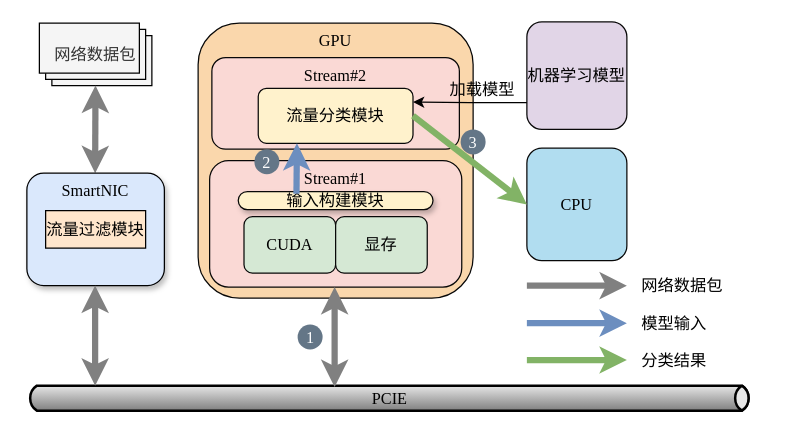
Earlier version of the draw.io diagram page "0拷贝" (30 of 39) of Bakery.drawio (CHRIS123540/CHRIS123540). Source tidied: cells renumbered, new cells numbered last; positions are measured from the earlier drawing's top-left corner, leaving out a move shared by most shapes. Both pictures are drawn from the tidied source at 125%, with x=0, y=0 at pixel (26, 21).
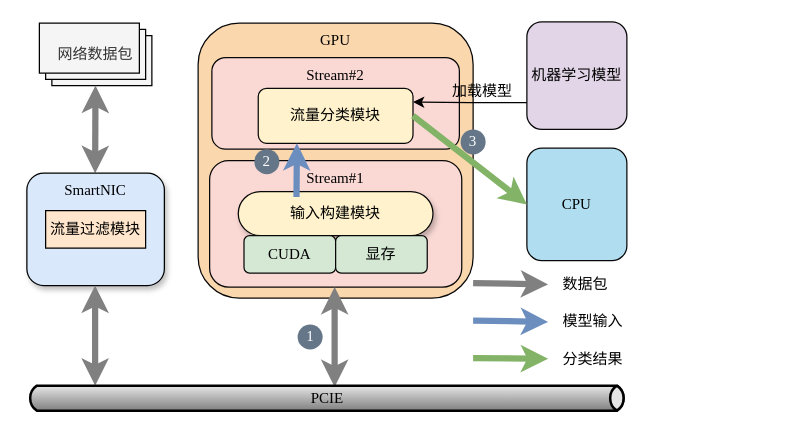
The same page after the edit.

What changed in the source:
```diff
@@
-    <mxCell id="2" style="group;fontFamily=Times New Roman;fontStyle=0;fontSize=13;" parent="1" vertex="1">
-      <mxGeometry width="610" height="311" as="geometry" />
-    </mxCell>
-    <mxCell id="3" value="网络数据包" style="verticalLabelPosition=middle;verticalAlign=middle;html=1;shape=mxgraph.basic.layered_rect;dx=10;outlineConnect=0;whiteSpace=wrap;horizontal=1;fontStyle=0;labelPosition=center;align=center;fontFamily=Times New Roman;fillColor=#f5f5f5;fontColor=#333333;strokeColor=#000000;fontSize=13;" parent="2" vertex="1">
+    <mxCell id="3" value="网络数据包" style="verticalLabelPosition=middle;verticalAlign=middle;html=1;shape=mxgraph.basic.layered_rect;dx=10;outlineConnect=0;whiteSpace=wrap;horizontal=1;fontStyle=0;labelPosition=center;align=center;fontFamily=Times New Roman;fillColor=#f5f5f5;fontColor=#333333;strokeColor=#000000;fontSize=12;" parent="1" vertex="1">
       <mxGeometry x="10" y="1" width="90" height="50" as="geometry" />
     </mxCell>
-    <mxCell id="4" value="&lt;font&gt;PCIE&lt;/font&gt;" style="strokeWidth=2;strokeColor=#000000;dashed=0;align=center;html=1;fontSize=13;shape=mxgraph.eip.messageChannel;fontStyle=0;fontFamily=Times New Roman;" parent="2" vertex="1">
-      <mxGeometry y="291" width="580" height="20" as="geometry" />
-    </mxCell>
-    <mxCell id="5" value="机器学习模型" style="rounded=1;whiteSpace=wrap;html=1;fillColor=#e1d5e7;strokeColor=#080808;fontSize=13;fontStyle=0;fontFamily=Times New Roman;" parent="2" vertex="1">
+    <mxCell id="5" value="机器学习模型" style="rounded=1;whiteSpace=wrap;html=1;fillColor=#e1d5e7;strokeColor=#080808;fontSize=12;fontStyle=0;fontFamily=Times New Roman;" parent="1" vertex="1">
       <mxGeometry x="400" width="80" height="86" as="geometry" />
     </mxCell>
-    <mxCell id="6" value="网络数据包" style="text;whiteSpace=wrap;verticalAlign=middle;fontSize=13;fontStyle=0;fontFamily=Times New Roman;" parent="2" vertex="1">
-      <mxGeometry x="490" y="201" width="120" height="20" as="geometry" />
+    <mxCell id="6" value="数据包" style="text;whiteSpace=wrap;verticalAlign=middle;fontSize=12;fontStyle=0;fontFamily=Times New Roman;" parent="1" vertex="1">
+      <mxGeometry x="427" y="200" width="46.5" height="20" as="geometry" />
     </mxCell>
-    <mxCell id="7" value="模型输入" style="text;whiteSpace=wrap;verticalAlign=middle;fontSize=13;fontStyle=0;fontFamily=Times New Roman;" parent="2" vertex="1">
-      <mxGeometry x="490" y="231" width="120" height="20" as="geometry" />
+    <mxCell id="7" value="模型输入" style="text;whiteSpace=wrap;verticalAlign=middle;fontSize=12;fontStyle=0;fontFamily=Times New Roman;" parent="1" vertex="1">
+      <mxGeometry x="427" y="230" width="56.5" height="20" as="geometry" />
     </mxCell>
-    <mxCell id="8" value="分类结果" style="text;whiteSpace=wrap;verticalAlign=middle;fontSize=13;fontStyle=0;fontFamily=Times New Roman;" parent="2" vertex="1">
-      <mxGeometry x="490" y="261" width="120" height="20" as="geometry" />
+    <mxCell id="8" value="分类结果" style="text;whiteSpace=wrap;verticalAlign=middle;fontSize=12;fontStyle=0;fontFamily=Times New Roman;" parent="1" vertex="1">
+      <mxGeometry x="427" y="260" width="60" height="20" as="geometry" />
     </mxCell>
-    <mxCell id="9" style="endArrow=classic;html=1;rounded=0;endFill=1;endSize=6;fillColor=#dae8fc;strokeColor=#6c8ebf;strokeWidth=5;fontSize=13;fontStyle=0;fontFamily=Times New Roman;" parent="2" edge="1">
+    <mxCell id="9" style="endArrow=classic;html=1;rounded=0;endFill=1;endSize=6;fillColor=#dae8fc;strokeColor=#6c8ebf;strokeWidth=5;fontSize=12;fontStyle=0;fontFamily=Times New Roman;" parent="1" edge="1">
       <mxGeometry relative="1" as="geometry">
-        <mxPoint x="400" y="241" as="sourcePoint" />
-        <mxPoint x="480" y="241" as="targetPoint" />
+        <mxPoint x="357" y="239" as="sourcePoint" />
+        <mxPoint x="417" y="240" as="targetPoint" />
       </mxGeometry>
     </mxCell>
-    <mxCell id="10" style="endArrow=classic;html=1;rounded=0;endFill=1;endSize=6;fillColor=#f0a30a;strokeColor=#808080;strokeWidth=5;fontSize=13;fontStyle=0;fontFamily=Times New Roman;" parent="2" edge="1">
+    <mxCell id="10" style="endArrow=classic;html=1;rounded=0;endFill=1;endSize=6;fillColor=#f0a30a;strokeColor=#808080;strokeWidth=5;fontSize=12;fontStyle=0;fontFamily=Times New Roman;" parent="1" edge="1">
       <mxGeometry relative="1" as="geometry">
-        <mxPoint x="400" y="211" as="sourcePoint" />
-        <mxPoint x="480" y="211" as="targetPoint" />
+        <mxPoint x="357" y="209" as="sourcePoint" />
+        <mxPoint x="417" y="210" as="targetPoint" />
       </mxGeometry>
     </mxCell>
-    <mxCell id="11" style="endArrow=classic;html=1;rounded=0;endFill=1;endSize=6;fillColor=#d5e8d4;strokeColor=#82b366;strokeWidth=5;fontSize=13;fontStyle=0;fontFamily=Times New Roman;" parent="2" edge="1">
+    <mxCell id="11" style="endArrow=classic;html=1;rounded=0;endFill=1;endSize=6;fillColor=#d5e8d4;strokeColor=#82b366;strokeWidth=5;fontSize=12;fontStyle=0;fontFamily=Times New Roman;" parent="1" edge="1">
       <mxGeometry relative="1" as="geometry">
-        <mxPoint x="400" y="270.5" as="sourcePoint" />
-        <mxPoint x="480" y="270.5" as="targetPoint" />
+        <mxPoint x="357" y="269" as="sourcePoint" />
+        <mxPoint x="417" y="269.5" as="targetPoint" />
       </mxGeometry>
     </mxCell>
-    <mxCell id="12" style="endArrow=classic;html=1;rounded=0;endFill=1;endSize=6;fillColor=#f0a30a;strokeColor=#808080;strokeWidth=5;startArrow=classic;startFill=1;fontSize=13;fontStyle=0;fontFamily=Times New Roman;" parent="2" edge="1" source="3">
+    <mxCell id="12" style="endArrow=classic;html=1;rounded=0;endFill=1;endSize=6;fillColor=#f0a30a;strokeColor=#808080;strokeWidth=5;startArrow=classic;startFill=1;fontSize=12;fontStyle=0;fontFamily=Times New Roman;" parent="1" edge="1" source="3">
       <mxGeometry relative="1" as="geometry">
         <mxPoint x="54.6" y="121" as="targetPoint" />
       </mxGeometry>
     </mxCell>
-    <mxCell id="13" value="CPU" style="rounded=1;whiteSpace=wrap;html=1;fillColor=#b1ddf0;strokeColor=#080808;fontFamily=Times New Roman;fontStyle=0;labelPosition=center;verticalLabelPosition=middle;align=center;verticalAlign=middle;fontSize=13;" parent="2" vertex="1">
+    <mxCell id="13" value="CPU" style="rounded=1;whiteSpace=wrap;html=1;fillColor=#b1ddf0;strokeColor=#080808;fontFamily=Times New Roman;fontStyle=0;labelPosition=center;verticalLabelPosition=middle;align=center;verticalAlign=middle;fontSize=12;" parent="1" vertex="1">
       <mxGeometry x="400" y="101" width="80" height="90" as="geometry" />
     </mxCell>
-    <mxCell id="14" value="SmartNIC" style="rounded=1;whiteSpace=wrap;html=1;fontStyle=0;fontFamily=Times New Roman;labelBackgroundColor=none;labelBorderColor=none;verticalAlign=top;fillColor=#dae8fc;strokeColor=#000000;shadow=1;fontSize=13;" parent="2" vertex="1">
+    <mxCell id="14" value="SmartNIC" style="rounded=1;whiteSpace=wrap;html=1;fontStyle=0;fontFamily=Times New Roman;labelBackgroundColor=none;labelBorderColor=none;verticalAlign=top;fillColor=#dae8fc;strokeColor=#000000;shadow=1;fontSize=12;" parent="1" vertex="1">
       <mxGeometry y="121" width="110" height="90" as="geometry" />
     </mxCell>
-    <mxCell id="15" value="流量过滤模块" style="rounded=0;whiteSpace=wrap;html=1;fillColor=#ffe6cc;strokeColor=#000000;fontSize=13;fontStyle=0;fontFamily=Times New Roman;" parent="2" vertex="1">
+    <mxCell id="15" value="流量过滤模块" style="rounded=0;whiteSpace=wrap;html=1;fillColor=#ffe6cc;strokeColor=#000000;fontSize=12;fontStyle=0;fontFamily=Times New Roman;" parent="1" vertex="1">
       <mxGeometry x="15" y="151" width="80" height="30" as="geometry" />
     </mxCell>
-    <mxCell id="16" style="group;fontSize=13;fontStyle=0;fontFamily=Times New Roman;" parent="2" vertex="1">
+    <mxCell id="16" style="group;fontSize=12;fontStyle=0;fontFamily=Times New Roman;" parent="1" vertex="1">
       <mxGeometry x="137" y="1" width="220" height="261.1" as="geometry" />
     </mxCell>
-    <mxCell id="17" value="GPU&lt;br&gt;" style="rounded=1;whiteSpace=wrap;html=1;fillColor=#fad7ac;strokeColor=#080808;verticalAlign=top;fontFamily=Times New Roman;fontStyle=0;fontSize=13;" parent="16" vertex="1">
+    <mxCell id="17" value="GPU&lt;br&gt;" style="rounded=1;whiteSpace=wrap;html=1;fillColor=#fad7ac;strokeColor=#080808;verticalAlign=top;fontFamily=Times New Roman;fontStyle=0;fontSize=12;" parent="16" vertex="1">
       <mxGeometry width="220" height="220" as="geometry" />
     </mxCell>
-    <mxCell id="18" value="Stream#1" style="rounded=1;whiteSpace=wrap;html=1;fillColor=#fad9d5;strokeColor=#080808;verticalAlign=top;fontFamily=Times New Roman;fontStyle=0;fontSize=13;" parent="16" vertex="1">
+    <mxCell id="18" value="Stream#1" style="rounded=1;whiteSpace=wrap;html=1;fillColor=#fad9d5;strokeColor=#080808;verticalAlign=top;fontFamily=Times New Roman;fontStyle=0;fontSize=12;" parent="16" vertex="1">
       <mxGeometry x="9.2" y="110" width="201.7" height="101.1" as="geometry" />
     </mxCell>
-    <mxCell id="19" value="输入构建模块" style="rounded=1;whiteSpace=wrap;html=1;arcSize=50;fillColor=#fff2cc;strokeColor=#080808;shadow=1;fillStyle=auto;fontFamily=Times New Roman;fontStyle=0;fontSize=13;" parent="16" vertex="1">
-      <mxGeometry x="32.1" y="134.7" width="155.8" height="14.5" as="geometry" />
+    <mxCell id="19" value="输入构建模块" style="rounded=1;whiteSpace=wrap;html=1;arcSize=50;fillColor=#fff2cc;strokeColor=#080808;shadow=1;fillStyle=auto;fontFamily=Times New Roman;fontStyle=0;fontSize=12;" parent="16" vertex="1">
+      <mxGeometry x="32.1" y="134.7" width="155.8" height="35.3" as="geometry" />
     </mxCell>
-    <mxCell id="20" value="CUDA" style="rounded=1;whiteSpace=wrap;html=1;fillColor=#d5e8d4;strokeColor=#080808;fontStyle=0;fontSize=13;fontFamily=Times New Roman;" parent="16" vertex="1">
-      <mxGeometry x="36.7" y="154.8" width="73.3" height="45.2" as="geometry" />
+    <mxCell id="20" value="CUDA" style="rounded=1;whiteSpace=wrap;html=1;fillColor=#d5e8d4;strokeColor=#080808;fontStyle=0;fontSize=12;fontFamily=Times New Roman;" parent="16" vertex="1">
+      <mxGeometry x="36.7" y="170" width="73.3" height="30" as="geometry" />
     </mxCell>
-    <mxCell id="21" value="Stream#2" style="rounded=1;whiteSpace=wrap;html=1;fillColor=#fad9d5;strokeColor=#080808;verticalAlign=top;fontFamily=Times New Roman;fontStyle=0;fontSize=13;" parent="16" vertex="1">
+    <mxCell id="21" value="Stream#2" style="rounded=1;whiteSpace=wrap;html=1;fillColor=#fad9d5;strokeColor=#080808;verticalAlign=top;fontFamily=Times New Roman;fontStyle=0;fontSize=12;" parent="16" vertex="1">
       <mxGeometry x="11" y="27.5" width="198" height="73.3" as="geometry" />
     </mxCell>
-    <mxCell id="22" value="流量分类模块" style="rounded=1;whiteSpace=wrap;html=1;fillColor=#fff2cc;strokeColor=#080808;fontSize=13;fontStyle=0;fontFamily=Times New Roman;" parent="16" vertex="1">
+    <mxCell id="22" value="流量分类模块" style="rounded=1;whiteSpace=wrap;html=1;fillColor=#fff2cc;strokeColor=#080808;fontSize=12;fontStyle=0;fontFamily=Times New Roman;" parent="16" vertex="1">
       <mxGeometry x="48.1" y="52.2" width="123.8" height="43.9" as="geometry" />
     </mxCell>
-    <mxCell id="23" style="endArrow=classic;html=1;rounded=0;endFill=1;endSize=6;fillColor=#dae8fc;strokeColor=#6c8ebf;strokeWidth=5;entryX=0.25;entryY=1;entryDx=0;entryDy=0;exitX=0.299;exitY=0.125;exitDx=0;exitDy=0;fontSize=13;fontStyle=0;exitPerimeter=0;fontFamily=Times New Roman;" parent="16" edge="1" source="19" target="22">
+    <mxCell id="23" style="endArrow=classic;html=1;rounded=0;endFill=1;endSize=6;fillColor=#dae8fc;strokeColor=#6c8ebf;strokeWidth=5;entryX=0.25;entryY=1;entryDx=0;entryDy=0;exitX=0.299;exitY=0.125;exitDx=0;exitDy=0;fontSize=12;fontStyle=0;exitPerimeter=0;fontFamily=Times New Roman;" parent="16" edge="1" source="19" target="22">
       <mxGeometry relative="1" as="geometry" />
     </mxCell>
-    <mxCell id="24" value="2" style="ellipse;whiteSpace=wrap;html=1;fillColor=#647687;strokeColor=none;fontColor=#ffffff;fontSize=13;fontStyle=0;fontFamily=Times New Roman;" parent="16" vertex="1">
+    <mxCell id="24" value="2" style="ellipse;whiteSpace=wrap;html=1;fillColor=#647687;strokeColor=none;fontColor=#ffffff;fontSize=12;fontStyle=0;fontFamily=Times New Roman;" parent="16" vertex="1">
       <mxGeometry x="45" y="100.8" width="20" height="20" as="geometry" />
     </mxCell>
-    <mxCell id="25" value="1" style="ellipse;whiteSpace=wrap;html=1;fillColor=#647687;strokeColor=none;fontColor=#ffffff;fontSize=13;fontStyle=0;fontFamily=Times New Roman;" parent="16" vertex="1">
+    <mxCell id="25" value="1" style="ellipse;whiteSpace=wrap;html=1;fillColor=#647687;strokeColor=none;fontColor=#ffffff;fontSize=12;fontStyle=0;fontFamily=Times New Roman;" parent="16" vertex="1">
       <mxGeometry x="79.6" y="241.1" width="20" height="20" as="geometry" />
     </mxCell>
-    <mxCell id="26" style="endArrow=classic;html=1;rounded=0;endFill=1;endSize=6;fillColor=#f0a30a;strokeColor=#808080;strokeWidth=5;exitX=0;exitY=0;exitDx=210;exitDy=0;exitPerimeter=0;startArrow=classic;startFill=1;fontSize=13;fontStyle=0;fontFamily=Times New Roman;" parent="16" edge="1">
+    <mxCell id="26" style="endArrow=classic;html=1;rounded=0;endFill=1;endSize=6;fillColor=#f0a30a;strokeColor=#808080;strokeWidth=5;exitX=0;exitY=0;exitDx=210;exitDy=0;exitPerimeter=0;startArrow=classic;startFill=1;fontSize=12;fontStyle=0;fontFamily=Times New Roman;" parent="16" edge="1">
       <mxGeometry relative="1" as="geometry">
         <mxPoint x="109.2" y="291.1" as="sourcePoint" />
         <mxPoint x="109.2" y="211.1" as="targetPoint" />
       </mxGeometry>
     </mxCell>
-    <mxCell id="27" value="显存" style="rounded=1;whiteSpace=wrap;html=1;fillColor=#d5e8d4;strokeColor=#080808;fontStyle=0;fontSize=13;fontFamily=Times New Roman;" parent="16" vertex="1">
-      <mxGeometry x="110" y="154.8" width="73.3" height="45.2" as="geometry" />
+    <mxCell id="27" value="显存" style="rounded=1;whiteSpace=wrap;html=1;fillColor=#d5e8d4;strokeColor=#080808;fontStyle=0;fontSize=12;fontFamily=Times New Roman;" parent="16" vertex="1">
+      <mxGeometry x="110" y="170" width="73.3" height="30" as="geometry" />
     </mxCell>
-    <mxCell id="28" style="endArrow=classic;html=1;rounded=0;endFill=1;endSize=6;fillColor=#f0a30a;strokeColor=#808080;strokeWidth=5;exitX=0;exitY=0;exitDx=210;exitDy=0;exitPerimeter=0;startArrow=classic;startFill=1;fontSize=13;fontStyle=0;fontFamily=Times New Roman;" parent="2" edge="1">
+    <mxCell id="28" style="endArrow=classic;html=1;rounded=0;endFill=1;endSize=6;fillColor=#f0a30a;strokeColor=#808080;strokeWidth=5;exitX=0;exitY=0;exitDx=210;exitDy=0;exitPerimeter=0;startArrow=classic;startFill=1;fontSize=12;fontStyle=0;fontFamily=Times New Roman;" parent="1" edge="1">
       <mxGeometry relative="1" as="geometry">
         <mxPoint x="54.6" y="291" as="sourcePoint" />
         <mxPoint x="54.6" y="211" as="targetPoint" />
       </mxGeometry>
     </mxCell>
-    <mxCell id="29" style="endArrow=classic;html=1;rounded=0;endFill=1;endSize=6;fillColor=#d5e8d4;strokeColor=#82b366;strokeWidth=5;entryX=0;entryY=0.5;entryDx=0;entryDy=0;exitX=1;exitY=0.5;exitDx=0;exitDy=0;fontSize=13;fontStyle=0;fontFamily=Times New Roman;" parent="2" edge="1" source="22" target="13">
+    <mxCell id="29" style="endArrow=classic;html=1;rounded=0;endFill=1;endSize=6;fillColor=#d5e8d4;strokeColor=#82b366;strokeWidth=5;entryX=0;entryY=0.5;entryDx=0;entryDy=0;exitX=1;exitY=0.5;exitDx=0;exitDy=0;fontSize=12;fontStyle=0;fontFamily=Times New Roman;" parent="1" edge="1" source="22" target="13">
       <mxGeometry relative="1" as="geometry" />
     </mxCell>
-    <mxCell id="30" style="edgeStyle=orthogonalEdgeStyle;rounded=0;jettySize=auto;html=1;exitX=0;exitY=0.75;exitDx=0;exitDy=0;entryX=1;entryY=0.25;entryDx=0;entryDy=0;fontSize=13;fontStyle=0;fontFamily=Times New Roman;" parent="2" edge="1" source="5" target="22">
+    <mxCell id="30" style="edgeStyle=orthogonalEdgeStyle;rounded=0;jettySize=auto;html=1;exitX=0;exitY=0.75;exitDx=0;exitDy=0;entryX=1;entryY=0.25;entryDx=0;entryDy=0;fontSize=12;fontStyle=0;fontFamily=Times New Roman;" parent="1" edge="1" source="5" target="22">
       <mxGeometry relative="1" as="geometry" />
     </mxCell>
-    <mxCell id="31" value="加载模型" style="edgeLabel;html=1;align=center;verticalAlign=bottom;labelBackgroundColor=none;fontStyle=0;fontSize=13;fontFamily=Times New Roman;" parent="30" vertex="1">
+    <mxCell id="31" value="加载模型" style="edgeLabel;html=1;align=center;verticalAlign=bottom;labelBackgroundColor=none;fontStyle=0;fontSize=12;fontFamily=Times New Roman;" parent="30" vertex="1">
       <mxGeometry x="-0.2" y="-1" relative="1" as="geometry" />
     </mxCell>
-    <mxCell id="32" value="3" style="ellipse;whiteSpace=wrap;html=1;fillColor=#647687;strokeColor=none;fontColor=#ffffff;fontSize=13;fontStyle=0;fontFamily=Times New Roman;" parent="2" vertex="1">
+    <mxCell id="32" value="3" style="ellipse;whiteSpace=wrap;html=1;fillColor=#647687;strokeColor=none;fontColor=#ffffff;fontSize=12;fontStyle=0;fontFamily=Times New Roman;" parent="1" vertex="1">
       <mxGeometry x="347" y="86" width="20" height="20" as="geometry" />
     </mxCell>
+    <mxCell id="4" value="&lt;font&gt;PCIE&lt;/font&gt;" style="strokeWidth=2;strokeColor=#000000;dashed=0;align=center;html=1;fontSize=12;shape=mxgraph.eip.messageChannel;fontStyle=0;fontFamily=Times New Roman;" parent="1" vertex="1">
+      <mxGeometry y="291" width="480" height="20" as="geometry" />
+    </mxCell>
```
